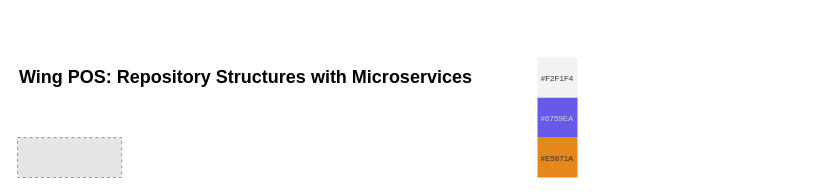
This is diagrams/POS Diagram.drawio from rotanaphai/diagram, a draw.io file, before an edit. Source tidied: cells renumbered, new cells numbered last; positions are measured from the earlier drawing's top-left corner, leaving out a move shared by most shapes. Both pictures are drawn from the tidied source at 100%, with x=0, y=0 at pixel (17, 57). Pictures stored in the file or linked from it are replaced by grey dashed boxes.
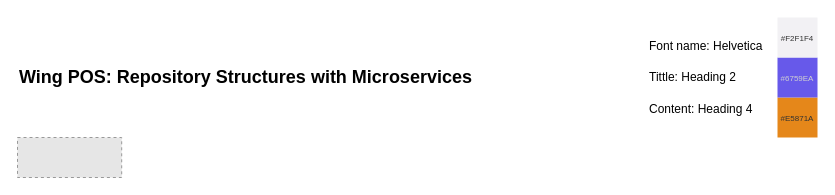
The same page after the edit.

Diff of the diagram source:
```diff
@@
 <mxGraphModel>
   <root>
     <mxCell id="0" />
     <mxCell id="1" parent="0" />
     <mxCell id="2" style="fillColor=#E6E6E6;strokeColor=#999999;dashed=1;verticalLabelPosition=bottom;labelBackgroundColor=default;verticalAlign=top;" parent="1" vertex="1">
       <mxGeometry y="80" width="104.2" height="40" as="geometry" />
     </mxCell>
-    <mxCell id="3" value="&lt;h2&gt;Wing POS: Repository Structures with Microservices&lt;/h2&gt;" style="text;html=1;align=left;verticalAlign=middle;whiteSpace=wrap;rounded=0;" parent="1" vertex="1">
+    <mxCell id="3" value="&lt;h2&gt;&lt;font face=&quot;Helvetica&quot;&gt;Wing POS: Repository Structures with Microservices&lt;/font&gt;&lt;/h2&gt;" style="text;html=1;align=left;verticalAlign=middle;whiteSpace=wrap;rounded=0;" parent="1" vertex="1">
       <mxGeometry width="480" height="40" as="geometry" />
     </mxCell>
+    <mxCell id="7" style="group;" parent="1" vertex="1">
+      <mxGeometry x="630" y="-40" width="170" height="120" as="geometry" />
+    </mxCell>
-    <mxCell id="4" value="&lt;span style=&quot;font-size: 8px;&quot;&gt;#E5871A&lt;/span&gt;" style="whiteSpace=wrap;html=1;fillColor=#E5871A;fontColor=#333333;strokeColor=none;" parent="1" vertex="1">
-      <mxGeometry x="520" y="80" width="40" height="40" as="geometry" />
+    <mxCell id="4" value="&lt;span style=&quot;font-size: 8px;&quot;&gt;#E5871A&lt;/span&gt;" style="whiteSpace=wrap;html=1;fillColor=#E5871A;fontColor=#333333;strokeColor=none;" parent="7" vertex="1">
+      <mxGeometry x="130" y="80" width="40" height="40" as="geometry" />
     </mxCell>
-    <mxCell id="5" value="&lt;span&gt;&lt;font style=&quot;font-size: 8px; color: light-dark(rgb(209, 209, 209), rgb(255, 255, 255));&quot;&gt;#6759EA&lt;/font&gt;&lt;/span&gt;" style="whiteSpace=wrap;html=1;fillColor=#6759EA;fontColor=#333333;strokeColor=none;" parent="1" vertex="1">
-      <mxGeometry x="520" y="40" width="40" height="40" as="geometry" />
+    <mxCell id="5" value="&lt;span&gt;&lt;font style=&quot;font-size: 8px; color: light-dark(rgb(209, 209, 209), rgb(255, 255, 255));&quot;&gt;#6759EA&lt;/font&gt;&lt;/span&gt;" style="whiteSpace=wrap;html=1;fillColor=#6759EA;fontColor=#333333;strokeColor=none;" parent="7" vertex="1">
+      <mxGeometry x="130" y="40" width="40" height="40" as="geometry" />
     </mxCell>
-    <mxCell id="6" value="&lt;span style=&quot;font-size: 8px;&quot;&gt;#F2F1F4&lt;/span&gt;" style="whiteSpace=wrap;html=1;fillColor=light-dark(#F2F1F4, #F2F1F4);fontColor=#333333;strokeColor=none;" parent="1" vertex="1">
-      <mxGeometry x="520" width="40" height="40" as="geometry" />
+    <mxCell id="6" value="&lt;span style=&quot;font-size: 8px;&quot;&gt;#F2F1F4&lt;/span&gt;" style="whiteSpace=wrap;html=1;fillColor=light-dark(#F2F1F4, #F2F1F4);fontColor=#333333;strokeColor=none;" parent="7" vertex="1">
+      <mxGeometry x="130" width="40" height="40" as="geometry" />
     </mxCell>
+    <mxCell id="8" value="&lt;div style=&quot;line-height: 400%;&quot;&gt;&lt;span style=&quot;text-align: center;&quot;&gt;Font name: Helvetica&lt;/span&gt;&lt;/div&gt;Tittle: Heading 2&lt;div style=&quot;line-height: 400%;&quot;&gt;Content: Heading 4&lt;/div&gt;" style="text;html=1;align=left;verticalAlign=middle;whiteSpace=wrap;rounded=0;" parent="7" vertex="1">
+      <mxGeometry width="120" height="120" as="geometry" />
+    </mxCell>
   </root>
 </mxGraphModel>
```
